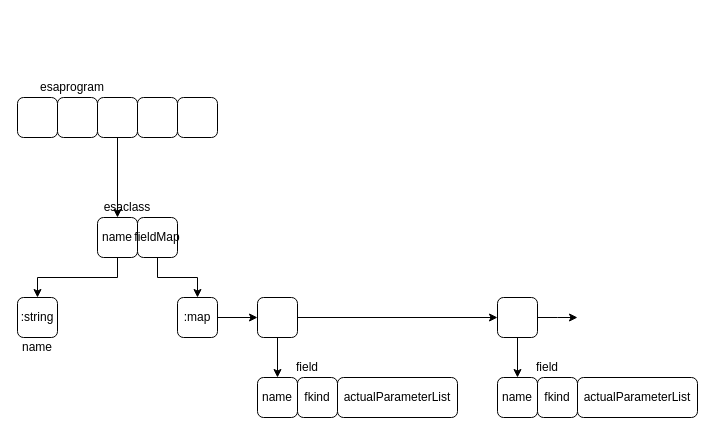
Above: build_process/esa-transpiler/classes.drawio in bmfbp/bmfbp (draw.io), before the change. Source tidied: cells renumbered, new cells numbered last; positions are measured from the earlier drawing's top-left corner, leaving out a move shared by most shapes. Both pictures are drawn from the tidied source at 100%, with x=0, y=0 at pixel (17, 77).
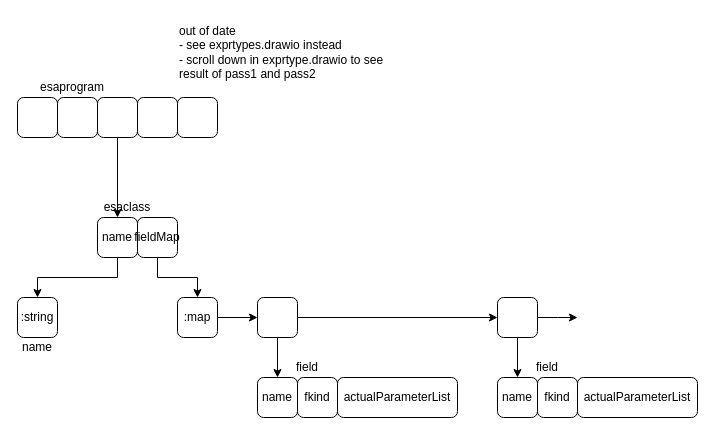
Above is the later version.

Commit message:
deprecate classes.drawio - leave message

Diff of the diagram source:
```diff
@@
+    <mxCell id="32" value="out of date &lt;br&gt;- see exprtypes.drawio instead&lt;br&gt;&lt;div style=&quot;&quot;&gt;&lt;span&gt;- scroll down in exprtype.drawio to see result of pass1 and pass2&lt;/span&gt;&lt;/div&gt;" style="text;html=1;strokeColor=none;fillColor=none;align=left;verticalAlign=top;whiteSpace=wrap;rounded=0;" parent="1" vertex="1">
+      <mxGeometry x="160" y="-60" width="210" height="70" as="geometry" />
+    </mxCell>
```
